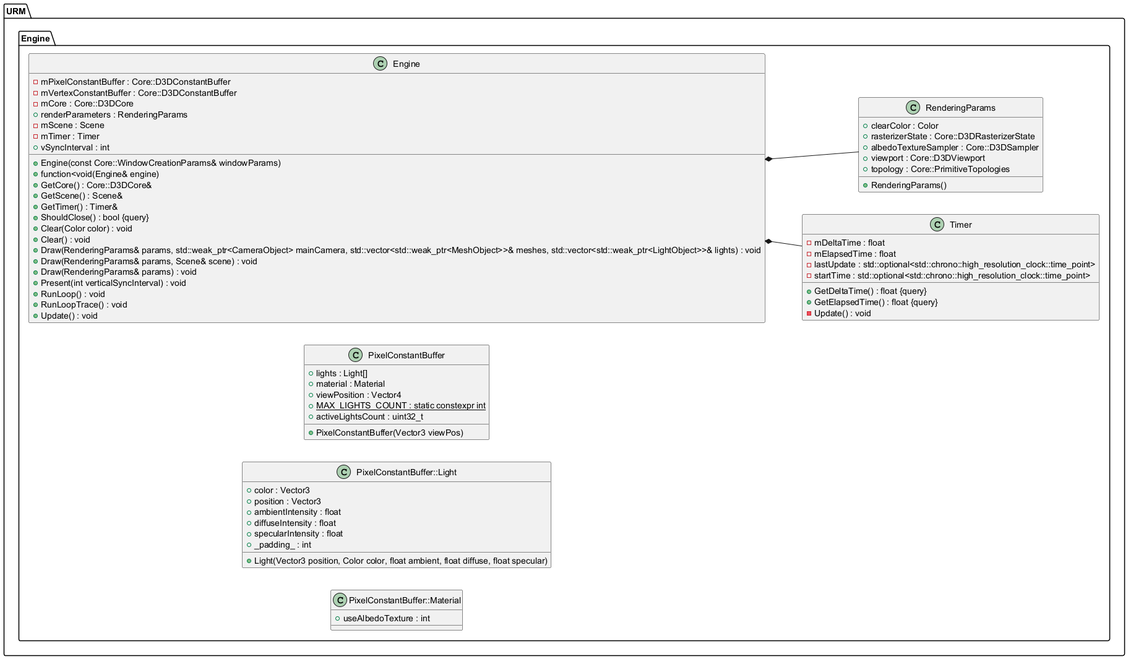
The PlantUML diagram Latex/images/UML/engine.png in MinikPLayer/MasterThesis_UniversalRenderingModule_D3D11, before a commit. Its diagram source:
```plantuml
@startuml
left to right direction






namespace URM {
	namespace Engine {
		class Engine {
			+Engine(const Core::WindowCreationParams& windowParams)
			+function<void(Engine& engine)
			-mPixelConstantBuffer : Core::D3DConstantBuffer
			-mVertexConstantBuffer : Core::D3DConstantBuffer
			-mCore : Core::D3DCore
			+GetCore() : Core::D3DCore&
			+renderParameters : RenderingParams
			-mScene : Scene
			+GetScene() : Scene&
			-mTimer : Timer
			+GetTimer() : Timer&
			+ShouldClose() : bool {query}
			+vSyncInterval : int
			+Clear(Color color) : void
			+Clear() : void
			+Draw(RenderingParams& params, std::weak_ptr<CameraObject> mainCamera, std::vector<std::weak_ptr<MeshObject>>& meshes, std::vector<std::weak_ptr<LightObject>>& lights) : void
			+Draw(RenderingParams& params, Scene& scene) : void
			+Draw(RenderingParams& params) : void
			+Present(int verticalSyncInterval) : void
			+RunLoop() : void
			+RunLoopTrace() : void
			+Update() : void
		}

		class Timer {
			+GetDeltaTime() : float {query}
			+GetElapsedTime() : float {query}
			-mDeltaTime : float
			-mElapsedTime : float
			-lastUpdate : std::optional<std::chrono::high_resolution_clock::time_point>
			-startTime : std::optional<std::chrono::high_resolution_clock::time_point>
			-Update() : void
		}

		class PixelConstantBuffer {
			+PixelConstantBuffer(Vector3 viewPos)
			+lights : Light[]
			+material : Material
			+viewPosition : Vector4
			+{static} MAX_LIGHTS_COUNT : static constexpr int
			+activeLightsCount : uint32_t
		}

		class PixelConstantBuffer::Light {
			+Light(Vector3 position, Color color, float ambient, float diffuse, float specular)
			+color : Vector3
			+position : Vector3
			+ambientIntensity : float
			+diffuseIntensity : float
			+specularIntensity : float
			+_padding_ : int
		}

		class PixelConstantBuffer::Material {
			+useAlbedoTexture : int
		}

		class RenderingParams {
			+RenderingParams()
			+clearColor : Color
			+rasterizerState : Core::D3DRasterizerState
			+albedoTextureSampler : Core::D3DSampler
			+viewport : Core::D3DViewport
			+topology : Core::PrimitiveTopologies
		}
	}
}










URM.Engine.Engine *-- URM.Engine.RenderingParams


URM.Engine.Engine *-- URM.Engine.Timer







URM.Engine.PixelConstantBuffer +-- URM.Engine.PixelConstantBuffer.Light


URM.Engine.PixelConstantBuffer +-- URM.Engine.PixelConstantBuffer.Material




@enduml
```
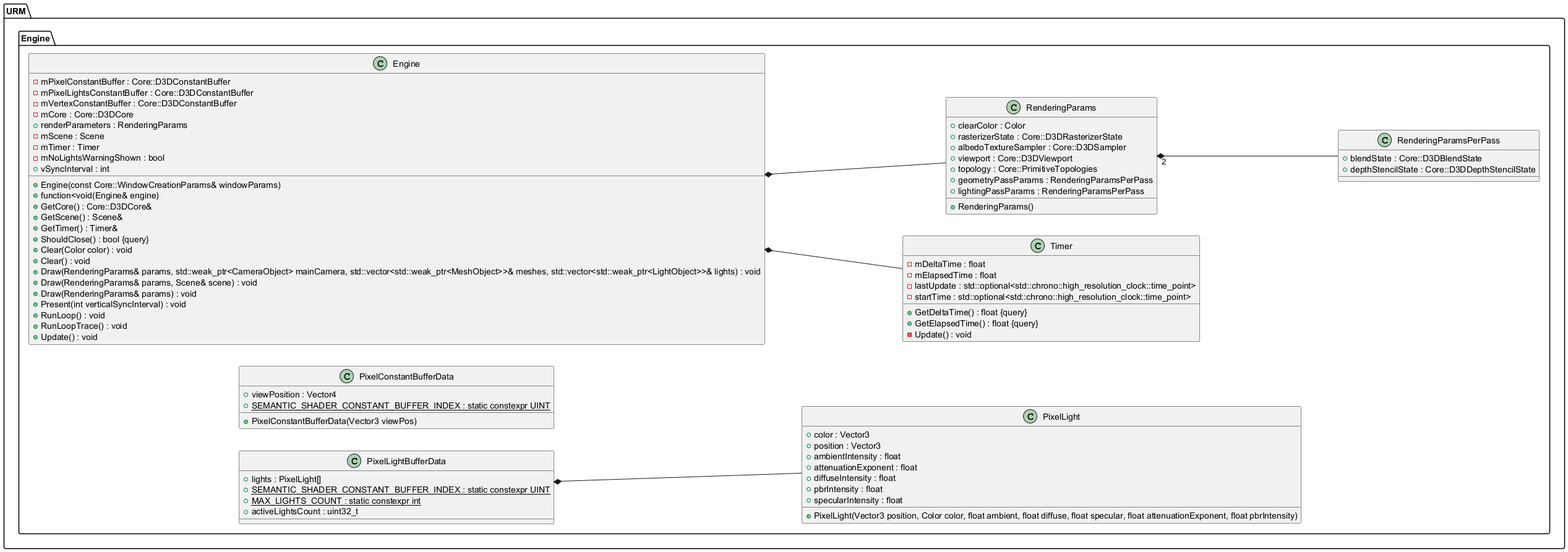
After the commit.

The edit, as a diff of the source:
```diff
@@ -12,6 +12,7 @@
 			+Engine(const Core::WindowCreationParams& windowParams)
 			+function<void(Engine& engine)
 			-mPixelConstantBuffer : Core::D3DConstantBuffer
+			-mPixelLightsConstantBuffer : Core::D3DConstantBuffer
 			-mVertexConstantBuffer : Core::D3DConstantBuffer
 			-mCore : Core::D3DCore
 			+GetCore() : Core::D3DCore&
@@ -21,6 +22,7 @@
 			-mTimer : Timer
 			+GetTimer() : Timer&
 			+ShouldClose() : bool {query}
+			-mNoLightsWarningShown : bool
 			+vSyncInterval : int
 			+Clear(Color color) : void
 			+Clear() : void
@@ -43,27 +45,28 @@
 			-Update() : void
 		}
 
-		class PixelConstantBuffer {
-			+PixelConstantBuffer(Vector3 viewPos)
-			+lights : Light[]
-			+material : Material
+		class PixelConstantBufferData {
+			+PixelConstantBufferData(Vector3 viewPos)
 			+viewPosition : Vector4
-			+{static} MAX_LIGHTS_COUNT : static constexpr int
-			+activeLightsCount : uint32_t
+			+{static} SEMANTIC_SHADER_CONSTANT_BUFFER_INDEX : static constexpr UINT
 		}
 
-		class PixelConstantBuffer::Light {
-			+Light(Vector3 position, Color color, float ambient, float diffuse, float specular)
+		class PixelLight {
+			+PixelLight(Vector3 position, Color color, float ambient, float diffuse, float specular, float attenuationExponent, float pbrIntensity)
 			+color : Vector3
 			+position : Vector3
 			+ambientIntensity : float
+			+attenuationExponent : float
 			+diffuseIntensity : float
+			+pbrIntensity : float
 			+specularIntensity : float
-			+_padding_ : int
 		}
 
-		class PixelConstantBuffer::Material {
-			+useAlbedoTexture : int
+		class PixelLightBufferData {
+			+lights : PixelLight[]
+			+{static} SEMANTIC_SHADER_CONSTANT_BUFFER_INDEX : static constexpr UINT
+			+{static} MAX_LIGHTS_COUNT : static constexpr int
+			+activeLightsCount : uint32_t
 		}
 
 		class RenderingParams {
@@ -73,6 +76,13 @@
 			+albedoTextureSampler : Core::D3DSampler
 			+viewport : Core::D3DViewport
 			+topology : Core::PrimitiveTopologies
+			+geometryPassParams : RenderingParamsPerPass
+			+lightingPassParams : RenderingParamsPerPass
+		}
+
+		class RenderingParamsPerPass {
+			+blendState : Core::D3DBlendState
+			+depthStencilState : Core::D3DDepthStencilState
 		}
 	}
 }
@@ -92,15 +102,15 @@
 URM.Engine.Engine *-- URM.Engine.Timer
 
 
+URM.Engine.PixelLightBufferData *-- URM.Engine.PixelLight
+
+
+URM.Engine.RenderingParams "2" *-- URM.Engine.RenderingParamsPerPass
 
 
 
 
 
-URM.Engine.PixelConstantBuffer +-- URM.Engine.PixelConstantBuffer.Light
-
-
-URM.Engine.PixelConstantBuffer +-- URM.Engine.PixelConstantBuffer.Material
 
 
 
```
